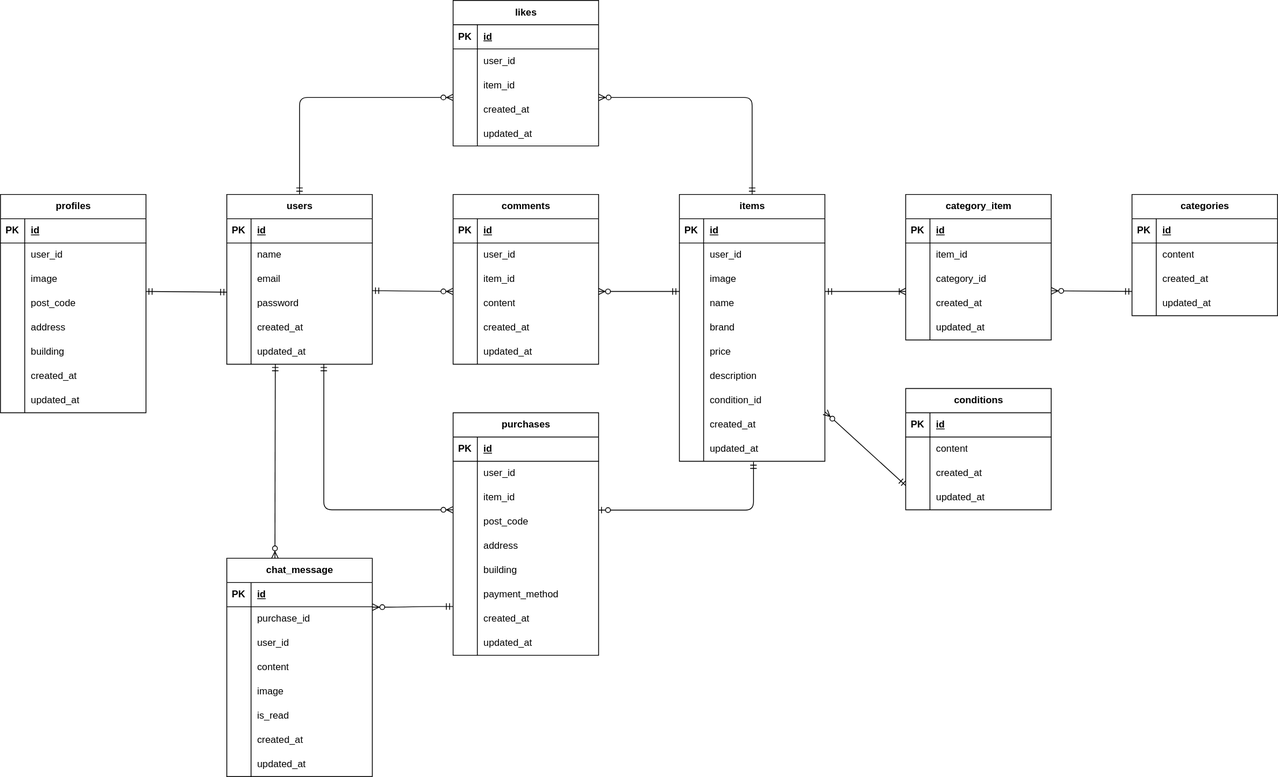
This is erd.drawio.svg from oura-takeshi/flea-market, a draw.io export, as it was before one commit. Source tidied: cells renumbered, new cells last; positions are measured from the earlier drawing's top-left corner, leaving out a move shared by most shapes.
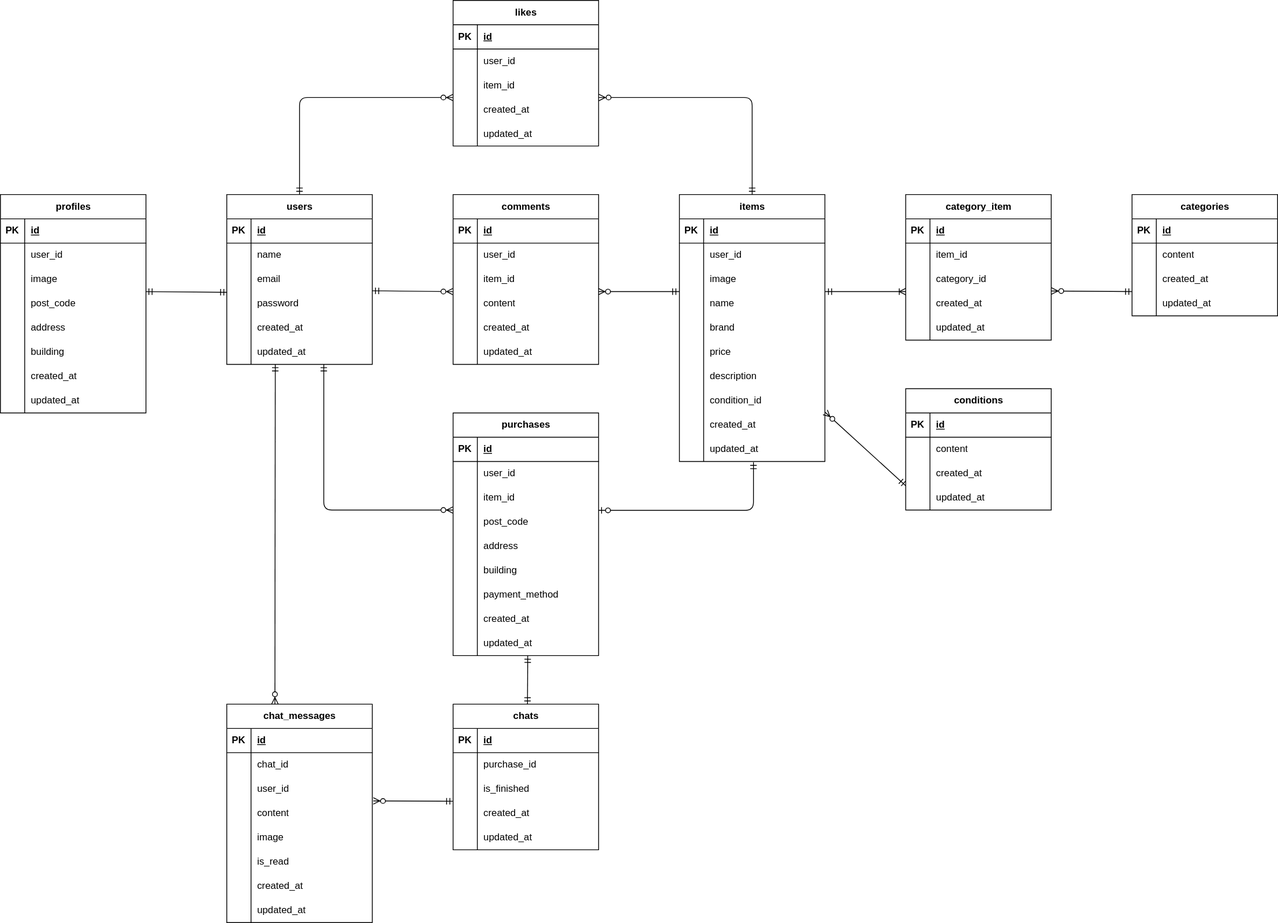
Later version of the same file.

What changed in the source:
```diff
@@ -594,8 +594,8 @@
         </Array>
       </mxGeometry>
     </mxCell>
-    <mxCell id="192" value="chat_message" style="shape=table;startSize=30;rowLines=0;fontStyle=1;align=center;html=1;" parent="1" vertex="1">
-      <mxGeometry x="280" y="690" width="180" height="270" as="geometry" />
+    <mxCell id="192" value="chat_messages" style="shape=table;startSize=30;rowLines=0;fontStyle=1;align=center;html=1;" parent="1" vertex="1">
+      <mxGeometry x="280" y="870" width="180" height="270" as="geometry" />
     </mxCell>
     <mxCell id="193" style="shape=tableRow;horizontal=0;startSize=0;swimlaneHead=0;swimlaneBody=0;fillColor=none;top=0;left=0;right=0;bottom=1;" parent="192" vertex="1">
       <mxGeometry y="30" width="180" height="30" as="geometry" />
@@ -612,7 +612,7 @@
     <mxCell id="197" style="shape=partialRectangle;fillColor=none;top=0;left=0;bottom=0;right=0;overflow=hidden;whiteSpace=wrap;html=1;" parent="196" vertex="1">
       <mxGeometry width="30" height="30" as="geometry" />
     </mxCell>
-    <mxCell id="198" value="purchase_id" style="shape=partialRectangle;fillColor=none;top=0;left=0;bottom=0;right=0;align=left;spacingLeft=6;overflow=hidden;whiteSpace=wrap;html=1;" parent="196" vertex="1">
+    <mxCell id="198" value="chat_id" style="shape=partialRectangle;fillColor=none;top=0;left=0;bottom=0;right=0;align=left;spacingLeft=6;overflow=hidden;whiteSpace=wrap;html=1;" parent="196" vertex="1">
       <mxGeometry x="30" width="150" height="30" as="geometry" />
     </mxCell>
     <mxCell id="199" style="shape=tableRow;horizontal=0;startSize=0;swimlaneHead=0;swimlaneBody=0;fillColor=none;top=0;left=0;right=0;bottom=0;" parent="192" vertex="1">
@@ -669,17 +669,68 @@
     <mxCell id="216" value="updated_at" style="shape=partialRectangle;fillColor=none;top=0;left=0;bottom=0;right=0;align=left;spacingLeft=6;overflow=hidden;whiteSpace=wrap;html=1;" parent="214" vertex="1">
       <mxGeometry x="30" width="150" height="30" as="geometry" />
     </mxCell>
-    <mxCell id="217" style="edgeStyle=entityRelationEdgeStyle;fontSize=12;html=1;endArrow=ERzeroToMany;startArrow=ERmandOne;exitX=-0.002;exitY=0.987;exitDx=0;exitDy=0;entryX=1.002;entryY=0.013;entryDx=0;entryDy=0;exitPerimeter=0;entryPerimeter=0;" parent="1" edge="1" source="118" target="196">
-      <mxGeometry relative="1" as="geometry">
-        <Array as="points">
-          <mxPoint x="510" y="770" />
-        </Array>
-      </mxGeometry>
-    </mxCell>
     <mxCell id="218" style="fontSize=12;html=1;endArrow=ERzeroToMany;startArrow=ERmandOne;entryX=0.331;entryY=-0.001;entryDx=0;entryDy=0;entryPerimeter=0;" parent="1" edge="1" target="192">
       <mxGeometry relative="1" as="geometry">
         <mxPoint x="340" y="450" as="sourcePoint" />
       </mxGeometry>
     </mxCell>
+    <mxCell id="219" value="chats" style="shape=table;startSize=30;rowLines=0;fontStyle=1;align=center;html=1;" parent="1" vertex="1">
+      <mxGeometry x="560" y="870" width="180" height="180" as="geometry" />
+    </mxCell>
+    <mxCell id="220" style="shape=tableRow;horizontal=0;startSize=0;swimlaneHead=0;swimlaneBody=0;fillColor=none;top=0;left=0;right=0;bottom=1;" parent="219" vertex="1">
+      <mxGeometry y="30" width="180" height="30" as="geometry" />
+    </mxCell>
+    <mxCell id="221" value="PK" style="shape=partialRectangle;fillColor=none;top=0;left=0;bottom=0;right=0;fontStyle=1;overflow=hidden;whiteSpace=wrap;html=1;" parent="220" vertex="1">
+      <mxGeometry width="30" height="30" as="geometry" />
+    </mxCell>
+    <mxCell id="222" value="id" style="shape=partialRectangle;fillColor=none;top=0;left=0;bottom=0;right=0;align=left;spacingLeft=6;fontStyle=5;overflow=hidden;whiteSpace=wrap;html=1;" parent="220" vertex="1">
+      <mxGeometry x="30" width="150" height="30" as="geometry" />
+    </mxCell>
+    <mxCell id="223" style="shape=tableRow;horizontal=0;startSize=0;swimlaneHead=0;swimlaneBody=0;fillColor=none;top=0;left=0;right=0;bottom=0;" parent="219" vertex="1">
+      <mxGeometry y="60" width="180" height="30" as="geometry" />
+    </mxCell>
+    <mxCell id="224" style="shape=partialRectangle;fillColor=none;top=0;left=0;bottom=0;right=0;overflow=hidden;whiteSpace=wrap;html=1;" parent="223" vertex="1">
+      <mxGeometry width="30" height="30" as="geometry" />
+    </mxCell>
+    <mxCell id="225" value="purchase_id" style="shape=partialRectangle;fillColor=none;top=0;left=0;bottom=0;right=0;align=left;spacingLeft=6;overflow=hidden;whiteSpace=wrap;html=1;" parent="223" vertex="1">
+      <mxGeometry x="30" width="150" height="30" as="geometry" />
+    </mxCell>
+    <mxCell id="226" style="shape=tableRow;horizontal=0;startSize=0;swimlaneHead=0;swimlaneBody=0;fillColor=none;top=0;left=0;right=0;bottom=0;" parent="219" vertex="1">
+      <mxGeometry y="90" width="180" height="30" as="geometry" />
+    </mxCell>
+    <mxCell id="227" style="shape=partialRectangle;fillColor=none;top=0;left=0;bottom=0;right=0;overflow=hidden;whiteSpace=wrap;html=1;" parent="226" vertex="1">
+      <mxGeometry width="30" height="30" as="geometry" />
+    </mxCell>
+    <mxCell id="228" value="is_finished" style="shape=partialRectangle;fillColor=none;top=0;left=0;bottom=0;right=0;align=left;spacingLeft=6;overflow=hidden;whiteSpace=wrap;html=1;" parent="226" vertex="1">
+      <mxGeometry x="30" width="150" height="30" as="geometry" />
+    </mxCell>
+    <mxCell id="229" style="shape=tableRow;horizontal=0;startSize=0;swimlaneHead=0;swimlaneBody=0;fillColor=none;top=0;left=0;right=0;bottom=0;" parent="219" vertex="1">
+      <mxGeometry y="120" width="180" height="30" as="geometry" />
+    </mxCell>
+    <mxCell id="230" style="shape=partialRectangle;fillColor=none;top=0;left=0;bottom=0;right=0;overflow=hidden;whiteSpace=wrap;html=1;" parent="229" vertex="1">
+      <mxGeometry width="30" height="30" as="geometry" />
+    </mxCell>
+    <mxCell id="231" value="created_at" style="shape=partialRectangle;fillColor=none;top=0;left=0;bottom=0;right=0;align=left;spacingLeft=6;overflow=hidden;whiteSpace=wrap;html=1;" parent="229" vertex="1">
+      <mxGeometry x="30" width="150" height="30" as="geometry" />
+    </mxCell>
+    <mxCell id="232" style="shape=tableRow;horizontal=0;startSize=0;swimlaneHead=0;swimlaneBody=0;fillColor=none;top=0;left=0;right=0;bottom=0;" parent="219" vertex="1">
+      <mxGeometry y="150" width="180" height="30" as="geometry" />
+    </mxCell>
+    <mxCell id="233" style="shape=partialRectangle;fillColor=none;top=0;left=0;bottom=0;right=0;overflow=hidden;whiteSpace=wrap;html=1;" parent="232" vertex="1">
+      <mxGeometry width="30" height="30" as="geometry" />
+    </mxCell>
+    <mxCell id="234" value="updated_at" style="shape=partialRectangle;fillColor=none;top=0;left=0;bottom=0;right=0;align=left;spacingLeft=6;overflow=hidden;whiteSpace=wrap;html=1;" parent="232" vertex="1">
+      <mxGeometry x="30" width="150" height="30" as="geometry" />
+    </mxCell>
+    <mxCell id="235" style="fontSize=12;html=1;endArrow=ERmandOne;startArrow=ERmandOne;entryX=0.513;entryY=1.013;entryDx=0;entryDy=0;entryPerimeter=0;" parent="1" edge="1" target="124">
+      <mxGeometry relative="1" as="geometry">
+        <mxPoint x="652" y="870" as="sourcePoint" />
+      </mxGeometry>
+    </mxCell>
+    <mxCell id="236" style="fontSize=12;html=1;endArrow=ERzeroToMany;startArrow=ERmandOne;entryX=1.007;entryY=-0.013;entryDx=0;entryDy=0;entryPerimeter=0;" parent="1" edge="1" target="202">
+      <mxGeometry relative="1" as="geometry">
+        <mxPoint x="560" y="990" as="sourcePoint" />
+      </mxGeometry>
+    </mxCell>
   </root>
 </mxGraphModel>
```
